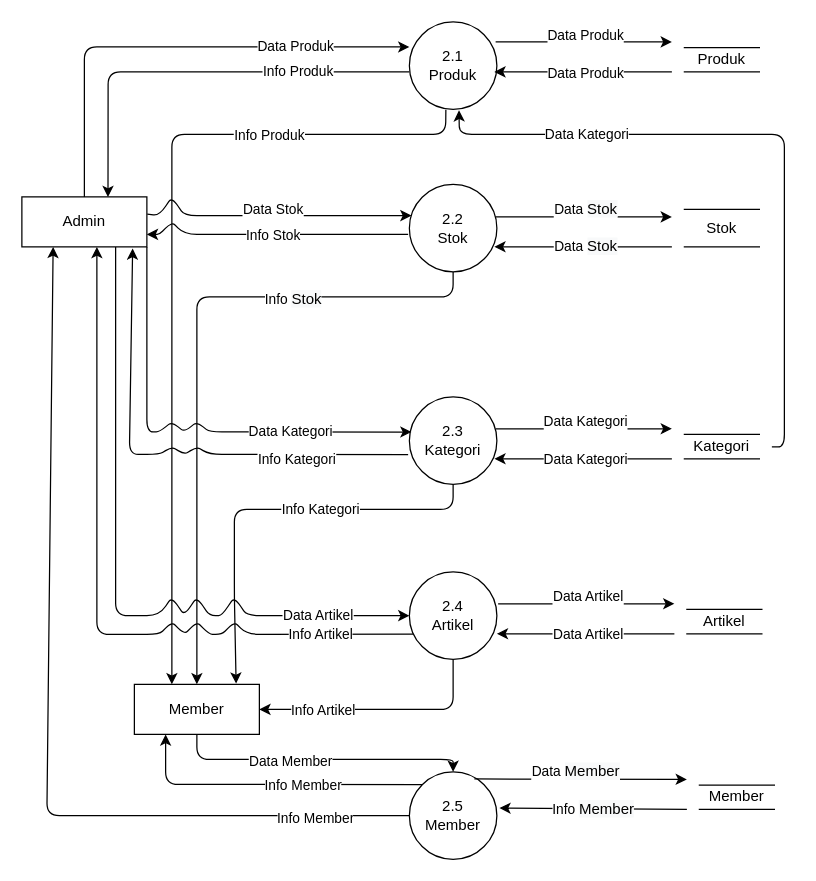
kuzdev/dfd-lvl2-pcs2 keeps this draw.io diagram as Untitled Diagram.drawio. Above is the earlier version. Source tidied: cells renumbered, new cells numbered last; positions are measured from the earlier drawing's top-left corner, leaving out a move shared by most shapes. Both pictures are drawn from the tidied source at 125%, with x=0, y=0 at pixel (21, 21).
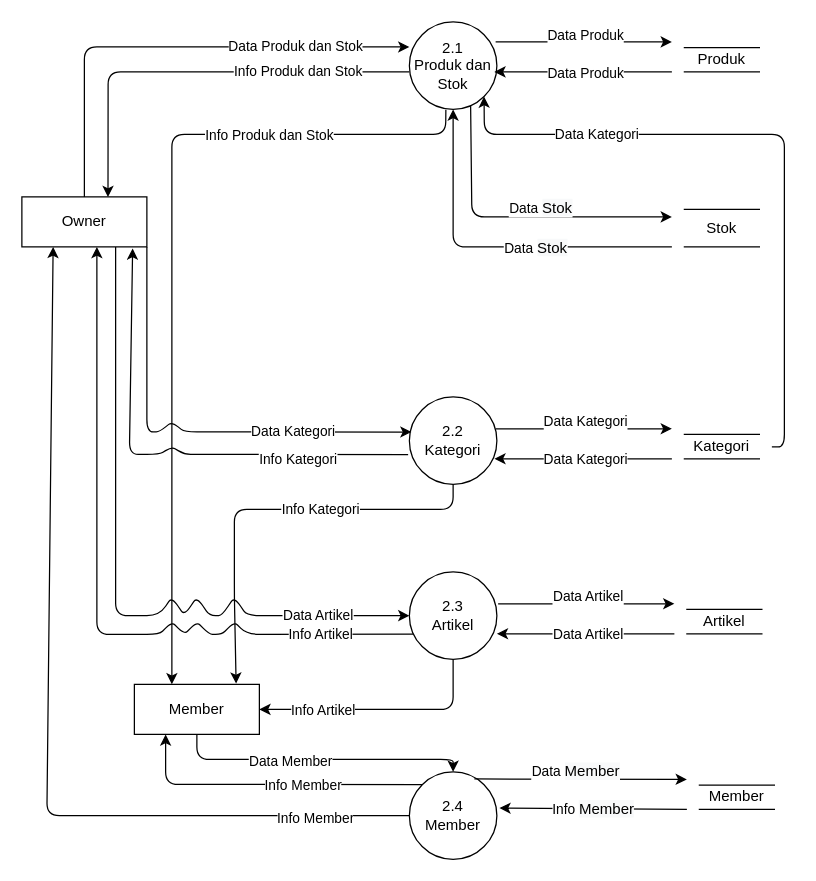
The same page after the edit.

The change refers to these unchanged cells:
```xml
<mxCell id="33" style="endArrow=classic;html=1;exitX=0.5;exitY=0;exitDx=0;exitDy=0;entryX=0;entryY=0.286;entryDx=0;entryDy=0;entryPerimeter=0;" parent="1" edge="1" source="2" target="3">
  <mxGeometry relative="1" as="geometry">
    <Array as="points">
      <mxPoint x="50" y="20" />
    </Array>
  </mxGeometry>
</mxCell>
<mxCell id="35" style="endArrow=classic;html=1;exitX=0;exitY=0.571;exitDx=0;exitDy=0;exitPerimeter=0;entryX=0.689;entryY=0.004;entryDx=0;entryDy=0;entryPerimeter=0;" parent="1" edge="1" source="3" target="2">
  <mxGeometry relative="1" as="geometry">
    <Array as="points">
      <mxPoint x="69" y="40" />
    </Array>
  </mxGeometry>
</mxCell>
<mxCell id="37" value="Member" style="rounded=0;whiteSpace=wrap;html=1;" parent="1" vertex="1">
  <mxGeometry x="90" y="530" width="100" height="40" as="geometry" />
</mxCell>
<mxCell id="52" style="endArrow=classic;html=1;exitX=0.417;exitY=1.003;exitDx=0;exitDy=0;exitPerimeter=0;" parent="1" edge="1" source="3">
  <mxGeometry relative="1" as="geometry">
    <mxPoint x="120" y="530" as="targetPoint" />
    <Array as="points">
      <mxPoint x="339" y="90" />
      <mxPoint x="120" y="90" />
      <mxPoint x="120" y="140" />
      <mxPoint x="120" y="320" />
      <mxPoint x="120" y="460" />
    </Array>
  </mxGeometry>
</mxCell>
```

What changed in the source:
```diff
@@
-    <mxCell id="2" value="Admin" style="rounded=0;whiteSpace=wrap;html=1;" parent="1" vertex="1">
+    <mxCell id="2" value="Owner" style="rounded=0;whiteSpace=wrap;html=1;" parent="1" vertex="1">
       <mxGeometry y="140" width="100" height="40" as="geometry" />
     </mxCell>
-    <mxCell id="3" value="2.1&lt;br&gt;Produk" style="ellipse;whiteSpace=wrap;html=1;" parent="1" vertex="1">
+    <mxCell id="3" value="2.1&lt;br&gt;Produk dan Stok" style="ellipse;whiteSpace=wrap;html=1;" parent="1" vertex="1">
       <mxGeometry x="310" width="70" height="70" as="geometry" />
     </mxCell>
-    <mxCell id="4" value="2.5&lt;br&gt;Member" style="ellipse;whiteSpace=wrap;html=1;" parent="1" vertex="1">
+    <mxCell id="4" value="2.4&lt;br&gt;Member" style="ellipse;whiteSpace=wrap;html=1;" parent="1" vertex="1">
       <mxGeometry x="310" y="600" width="70" height="70" as="geometry" />
     </mxCell>
-    <mxCell id="5" value="2.4&lt;br&gt;Artikel" style="ellipse;whiteSpace=wrap;html=1;" parent="1" vertex="1">
+    <mxCell id="5" value="2.3&lt;br&gt;Artikel" style="ellipse;whiteSpace=wrap;html=1;" parent="1" vertex="1">
       <mxGeometry x="310" y="440" width="70" height="70" as="geometry" />
     </mxCell>
-    <mxCell id="6" value="2.3&lt;br&gt;Kategori" style="ellipse;whiteSpace=wrap;html=1;" parent="1" vertex="1">
+    <mxCell id="6" value="2.2&lt;br&gt;Kategori" style="ellipse;whiteSpace=wrap;html=1;" parent="1" vertex="1">
       <mxGeometry x="310" y="300" width="70" height="70" as="geometry" />
     </mxCell>
-    <mxCell id="7" value="2.2&lt;br&gt;Stok" style="ellipse;whiteSpace=wrap;html=1;" parent="1" vertex="1">
-      <mxGeometry x="310" y="130" width="70" height="70" as="geometry" />
-    </mxCell>
-    <mxCell id="8" style="endArrow=classic;html=1;exitX=0.986;exitY=0.371;exitDx=0;exitDy=0;exitPerimeter=0;" parent="1" edge="1" source="7">
+    <mxCell id="8" style="endArrow=classic;html=1;exitX=0.7;exitY=0.957;exitDx=0;exitDy=0;exitPerimeter=0;" parent="1" edge="1" source="3">
       <mxGeometry relative="1" as="geometry">
         <mxPoint x="520" y="156" as="targetPoint" />
+        <Array as="points">
+          <mxPoint x="360" y="156" />
+          <mxPoint x="460" y="156" />
+        </Array>
       </mxGeometry>
     </mxCell>
     <mxCell id="9" value="Data &lt;span style=&quot;font-size: 12px ; background-color: rgb(248 , 249 , 250)&quot;&gt;Stok&lt;/span&gt;" style="edgeLabel;html=1;align=center;verticalAlign=middle;" parent="8" vertex="1">
       <mxGeometry x="-0.38" y="-1" relative="1" as="geometry">
-        <mxPoint x="27" y="-7" as="offset" />
+        <mxPoint x="56" y="5" as="offset" />
       </mxGeometry>
     </mxCell>
-    <mxCell id="10" style="endArrow=classic;html=1;entryX=0.971;entryY=0.714;entryDx=0;entryDy=0;entryPerimeter=0;" parent="1" edge="1" target="7">
+    <mxCell id="10" style="endArrow=classic;html=1;entryX=0.5;entryY=1;entryDx=0;entryDy=0;" parent="1" edge="1" target="3">
       <mxGeometry relative="1" as="geometry">
         <mxPoint x="520" y="180" as="sourcePoint" />
+        <Array as="points">
+          <mxPoint x="345" y="180" />
+        </Array>
       </mxGeometry>
     </mxCell>
     <mxCell id="11" value="Data &lt;span style=&quot;font-size: 12px ; background-color: rgb(248 , 249 , 250)&quot;&gt;Stok&lt;/span&gt;" style="edgeLabel;html=1;align=center;verticalAlign=middle;" parent="10" vertex="1">
       <mxGeometry x="0.55" relative="1" as="geometry">
-        <mxPoint x="40" as="offset" />
+        <mxPoint x="65" y="46" as="offset" />
       </mxGeometry>
     </mxCell>
@@
-    <mxCell id="34" value="Data Produk" style="edgeLabel;html=1;align=center;verticalAlign=middle;" parent="33" vertex="1">
+    <mxCell id="34" value="Data Produk dan Stok" style="edgeLabel;html=1;align=center;verticalAlign=middle;" parent="33" vertex="1">
       <mxGeometry x="0.07" y="1" relative="1" as="geometry">
         <mxPoint x="85" as="offset" />
       </mxGeometry>
     </mxCell>
@@
-    <mxCell id="36" value="Info Produk" style="edgeLabel;html=1;align=center;verticalAlign=middle;" parent="35" vertex="1">
+    <mxCell id="36" value="Info Produk dan Stok" style="edgeLabel;html=1;align=center;verticalAlign=middle;" parent="35" vertex="1">
       <mxGeometry x="0.06" y="-2" relative="1" as="geometry">
         <mxPoint x="91.4" y="1.8" as="offset" />
       </mxGeometry>
     </mxCell>
@@
-    <mxCell id="38" style="endArrow=classic;html=1;exitX=1.003;exitY=0.346;exitDx=0;exitDy=0;exitPerimeter=0;entryX=0.024;entryY=0.357;entryDx=0;entryDy=0;entryPerimeter=0;" parent="1" edge="1" source="2" target="7">
-      <mxGeometry relative="1" as="geometry">
-        <Array as="points">
-          <mxPoint x="110" y="155" />
-          <mxPoint x="120" y="140" />
-          <mxPoint x="130" y="155" />
-        </Array>
-      </mxGeometry>
-    </mxCell>
-    <mxCell id="39" value="Data Stok" style="edgeLabel;html=1;align=center;verticalAlign=middle;" parent="38" vertex="1">
-      <mxGeometry x="-0.19" y="-1" relative="1" as="geometry">
-        <mxPoint x="24" y="-6" as="offset" />
-      </mxGeometry>
-    </mxCell>
-    <mxCell id="40" style="endArrow=classic;html=1;entryX=1;entryY=0.75;entryDx=0;entryDy=0;" parent="1" edge="1" target="2">
-      <mxGeometry relative="1" as="geometry">
-        <mxPoint x="309" y="170" as="sourcePoint" />
-        <Array as="points">
-          <mxPoint x="130" y="170" />
-          <mxPoint x="120" y="160" />
-          <mxPoint x="110" y="170" />
-        </Array>
-      </mxGeometry>
-    </mxCell>
-    <mxCell id="41" value="Info Stok" style="edgeLabel;html=1;align=center;verticalAlign=middle;" parent="40" vertex="1">
-      <mxGeometry x="0.35" y="1" relative="1" as="geometry">
-        <mxPoint x="38" y="-1" as="offset" />
-      </mxGeometry>
-    </mxCell>
     <mxCell id="42" style="endArrow=classic;html=1;entryX=0.024;entryY=0.357;entryDx=0;entryDy=0;entryPerimeter=0;exitX=1;exitY=1;exitDx=0;exitDy=0;" parent="1" edge="1" source="2">
       <mxGeometry relative="1" as="geometry">
         <mxPoint x="311.7" y="328.1" as="targetPoint" />
         <Array as="points">
           <mxPoint x="100" y="328" />
           <mxPoint x="110" y="328" />
           <mxPoint x="120" y="320" />
           <mxPoint x="130" y="328" />
-          <mxPoint x="140" y="320" />
           <mxPoint x="150" y="328" />
         </Array>
       </mxGeometry>
     </mxCell>
@@
     <mxCell id="44" style="endArrow=classic;html=1;entryX=0.886;entryY=1.032;entryDx=0;entryDy=0;entryPerimeter=0;" parent="1" edge="1" target="2">
       <mxGeometry relative="1" as="geometry">
         <mxPoint x="309" y="346.2" as="sourcePoint" />
         <Array as="points">
           <mxPoint x="150" y="346" />
-          <mxPoint x="140" y="340" />
           <mxPoint x="130" y="346" />
           <mxPoint x="120" y="340" />
           <mxPoint x="110" y="346" />
           <mxPoint x="86" y="346" />
         </Array>
       </mxGeometry>
     </mxCell>
@@
-    <mxCell id="53" value="Info Produk" style="edgeLabel;html=1;align=center;verticalAlign=middle;" parent="52" vertex="1">
+    <mxCell id="53" value="Info Produk dan Stok" style="edgeLabel;html=1;align=center;verticalAlign=middle;" parent="52" vertex="1">
       <mxGeometry x="-0.53" relative="1" as="geometry">
         <mxPoint x="-1" as="offset" />
       </mxGeometry>
     </mxCell>
-    <mxCell id="54" style="endArrow=classic;html=1;entryX=0.5;entryY=0;entryDx=0;entryDy=0;exitX=0.5;exitY=1;exitDx=0;exitDy=0;" parent="1" edge="1" source="7" target="37">
-      <mxGeometry relative="1" as="geometry">
-        <Array as="points">
-          <mxPoint x="345" y="220" />
-          <mxPoint x="140" y="220" />
-          <mxPoint x="140" y="320" />
-        </Array>
-      </mxGeometry>
-    </mxCell>
-    <mxCell id="55" value="Info &lt;span style=&quot;font-size: 12px ; background-color: rgb(248 , 249 , 250)&quot;&gt;Stok&lt;/span&gt;" style="edgeLabel;html=1;align=center;verticalAlign=middle;" parent="54" vertex="1">
-      <mxGeometry x="-0.41" y="1" relative="1" as="geometry">
-        <mxPoint x="9" as="offset" />
-      </mxGeometry>
-    </mxCell>
@@
-    <mxCell id="64" style="endArrow=classic;html=1;entryX=0.567;entryY=1.01;entryDx=0;entryDy=0;entryPerimeter=0;" parent="1" edge="1" target="3">
+    <mxCell id="64" style="endArrow=classic;html=1;entryX=1;entryY=1;entryDx=0;entryDy=0;" parent="1" edge="1" target="3">
       <mxGeometry relative="1" as="geometry">
         <mxPoint x="600" y="340" as="sourcePoint" />
         <Array as="points">
           <mxPoint x="610" y="340" />
           <mxPoint x="610" y="90" />
-          <mxPoint x="350" y="90" />
+          <mxPoint x="370" y="90" />
         </Array>
       </mxGeometry>
     </mxCell>
```
